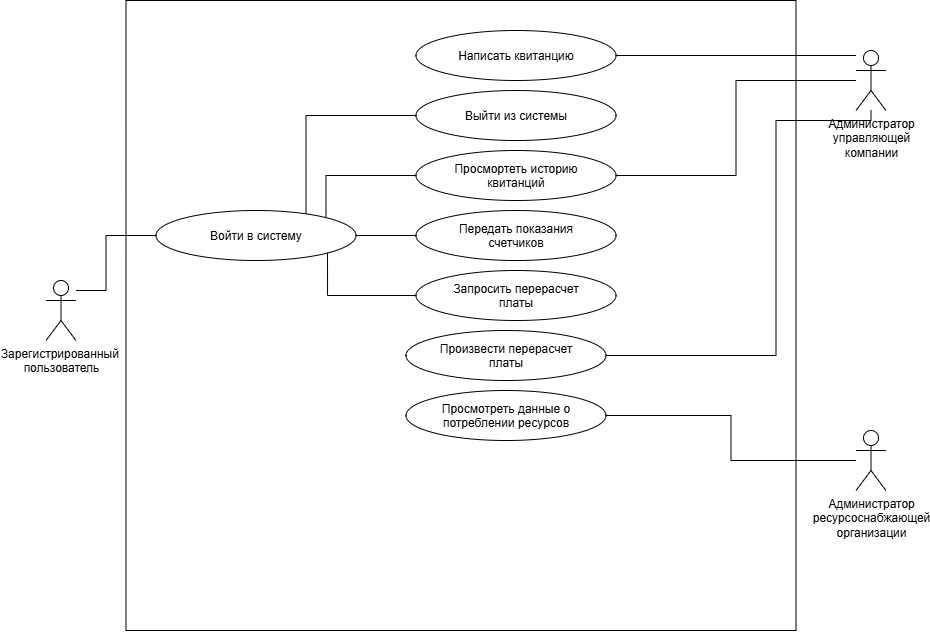
rizunagd/project0 keeps this draw.io diagram as docs/UseCase.png. Above is the earlier version. Source tidied: cells renumbered, new cells last; positions are measured from the earlier drawing's top-left corner, leaving out a move shared by most shapes.
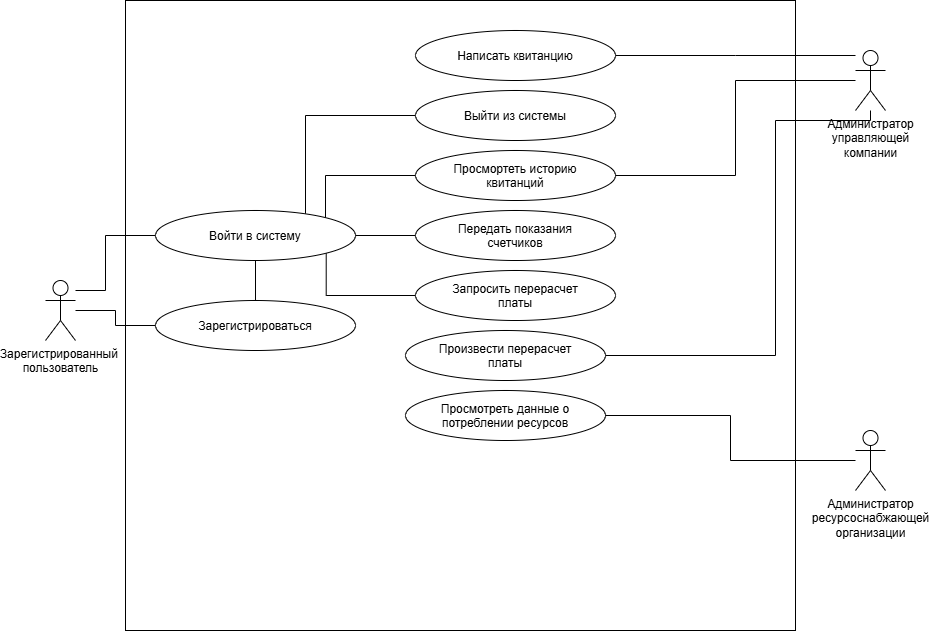
Above is the later version.

Commit message:
вернул регистрацию, исправил er диаграму

What changed in the source:
```diff
@@ -13,6 +13,9 @@
         </Array>
       </mxGeometry>
     </mxCell>
+    <mxCell id="23" style="edgeStyle=orthogonalEdgeStyle;rounded=0;jettySize=auto;html=1;entryX=0;entryY=0.5;entryDx=0;entryDy=0;endArrow=none;endFill=0;" parent="1" edge="1" source="4" target="25">
+      <mxGeometry relative="1" as="geometry" />
+    </mxCell>
     <mxCell id="4" value="Зарегистрированный&amp;nbsp;&lt;div&gt;пользователь&lt;/div&gt;" style="shape=umlActor;verticalLabelPosition=bottom;verticalAlign=top;html=1;outlineConnect=0;" parent="1" vertex="1">
       <mxGeometry y="280" width="30" height="60" as="geometry" />
     </mxCell>
@@ -94,5 +97,11 @@
     <mxCell id="22" value="Написать квитанцию" style="ellipse;whiteSpace=wrap;html=1;shapeInside=1;" parent="1" vertex="1">
       <mxGeometry x="370" y="30" width="200" height="50" as="geometry" />
     </mxCell>
+    <mxCell id="24" style="edgeStyle=orthogonalEdgeStyle;rounded=0;jettySize=auto;html=1;entryX=0.5;entryY=1;entryDx=0;entryDy=0;endArrow=none;endFill=0;" parent="1" edge="1" source="25" target="9">
+      <mxGeometry relative="1" as="geometry" />
+    </mxCell>
+    <mxCell id="25" value="Зарегистрироваться" style="ellipse;whiteSpace=wrap;html=1;shapeInside=1;" parent="1" vertex="1">
+      <mxGeometry x="110" y="300" width="200" height="50" as="geometry" />
+    </mxCell>
   </root>
 </mxGraphModel>
```
